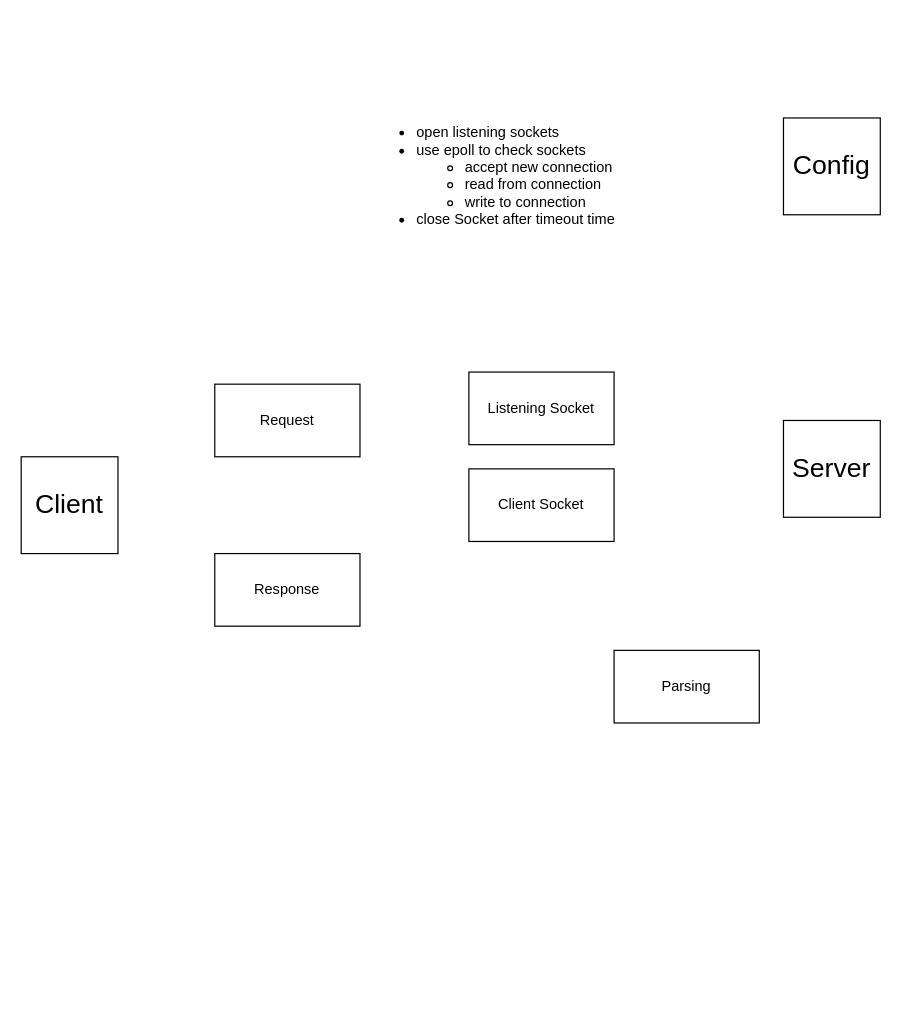
This is Webserv.drawio from smatthes42berlin/webserv, a draw.io file, before an edit. Source tidied: cells renumbered, new cells numbered last; positions are measured from the earlier drawing's top-left corner, leaving out a move shared by most shapes. Both pictures are drawn from the tidied source at 121%, with x=0, y=0 at pixel (21, 81).
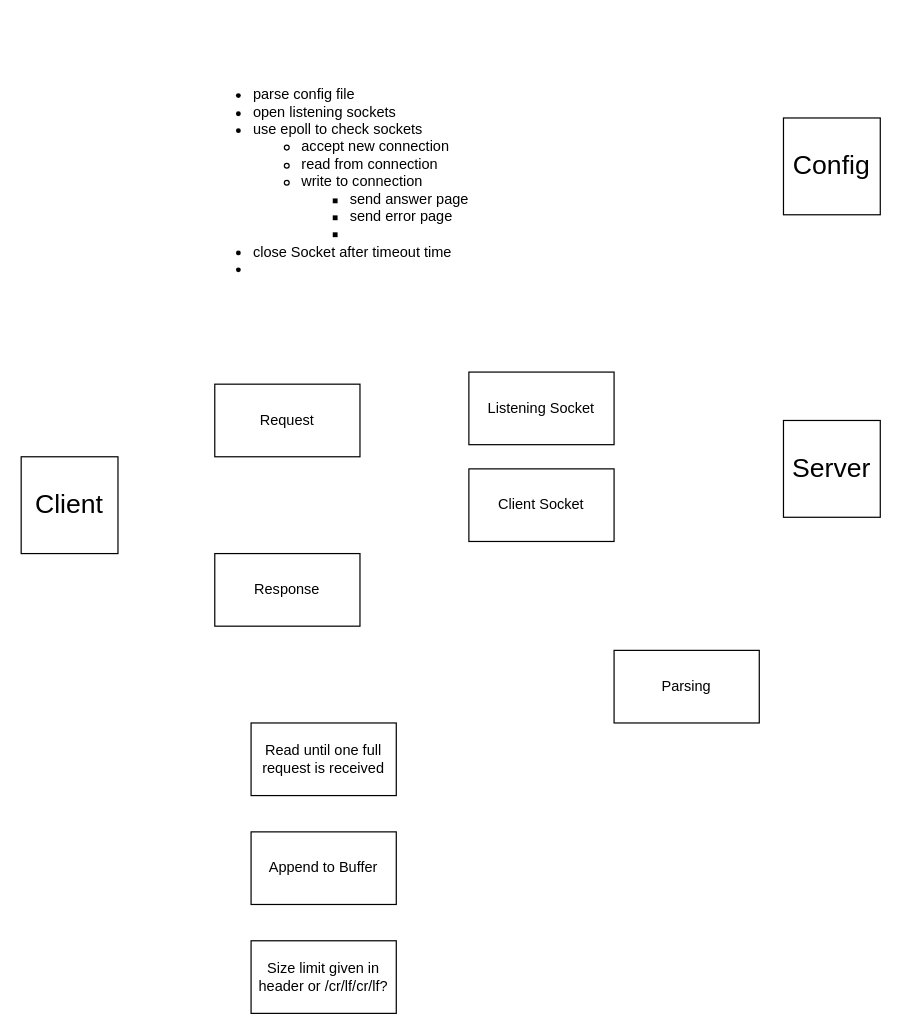
Above is the later version.

What changed in the source:
```diff
@@
 <mxGraphModel>
   <root>
     <mxCell id="0" />
     <mxCell id="1" parent="0" />
     <mxCell id="2" value="Client" style="whiteSpace=wrap;html=1;fontSize=22;" parent="1" vertex="1">
       <mxGeometry y="310" width="80" height="80" as="geometry" />
     </mxCell>
     <mxCell id="3" value="Server" style="whiteSpace=wrap;html=1;fontSize=22;" parent="1" vertex="1">
       <mxGeometry x="630" y="280" width="80" height="80" as="geometry" />
     </mxCell>
     <mxCell id="4" value="Config" style="whiteSpace=wrap;html=1;fontSize=22;" parent="1" vertex="1">
       <mxGeometry x="630" y="30" width="80" height="80" as="geometry" />
     </mxCell>
     <mxCell id="5" value="Request" style="rounded=0;whiteSpace=wrap;html=1;" parent="1" vertex="1">
       <mxGeometry x="160" y="250" width="120" height="60" as="geometry" />
     </mxCell>
     <mxCell id="6" value="Response" style="rounded=0;whiteSpace=wrap;html=1;" parent="1" vertex="1">
       <mxGeometry x="160" y="390" width="120" height="60" as="geometry" />
     </mxCell>
     <mxCell id="7" value="Parsing" style="rounded=0;whiteSpace=wrap;html=1;" parent="1" vertex="1">
       <mxGeometry x="490" y="470" width="120" height="60" as="geometry" />
     </mxCell>
     <mxCell id="8" value="Listening Socket" style="rounded=0;whiteSpace=wrap;html=1;" parent="1" vertex="1">
       <mxGeometry x="370" y="240" width="120" height="60" as="geometry" />
     </mxCell>
     <mxCell id="9" value="Client Socket" style="rounded=0;whiteSpace=wrap;html=1;" parent="1" vertex="1">
       <mxGeometry x="370" y="320" width="120" height="60" as="geometry" />
     </mxCell>
-    <mxCell id="10" value="&lt;ul&gt;&lt;li&gt;open listening sockets&lt;/li&gt;&lt;li&gt;use epoll to check sockets&lt;/li&gt;&lt;ul&gt;&lt;li&gt;accept new connection&lt;/li&gt;&lt;li&gt;read from connection&lt;/li&gt;&lt;li&gt;write to connection&lt;/li&gt;&lt;/ul&gt;&lt;li&gt;close Socket after timeout time&lt;/li&gt;&lt;/ul&gt;&lt;div&gt;&lt;br&gt;&lt;/div&gt;" style="text;html=1;align=left;verticalAlign=middle;whiteSpace=wrap;rounded=0;" parent="1" vertex="1">
-      <mxGeometry x="285" width="305" height="170" as="geometry" />
+    <mxCell id="10" value="&lt;ul&gt;&lt;li&gt;parse config file&lt;/li&gt;&lt;li&gt;open listening sockets&lt;/li&gt;&lt;li&gt;use epoll to check sockets&lt;/li&gt;&lt;ul&gt;&lt;li&gt;accept new connection&lt;/li&gt;&lt;li&gt;read from connection&lt;/li&gt;&lt;li&gt;write to connection&lt;/li&gt;&lt;ul&gt;&lt;li&gt;send answer page&lt;/li&gt;&lt;li&gt;send error page&lt;/li&gt;&lt;li&gt;&lt;br&gt;&lt;/li&gt;&lt;/ul&gt;&lt;/ul&gt;&lt;li&gt;close Socket after timeout time&lt;/li&gt;&lt;li&gt;&lt;br&gt;&lt;/li&gt;&lt;/ul&gt;&lt;div&gt;&lt;br&gt;&lt;/div&gt;" style="text;html=1;align=left;verticalAlign=middle;whiteSpace=wrap;rounded=0;" parent="1" vertex="1">
+      <mxGeometry x="150" y="-50" width="305" height="280" as="geometry" />
     </mxCell>
+    <mxCell id="11" value="Read until one full request is received" style="rounded=0;whiteSpace=wrap;html=1;" parent="1" vertex="1">
+      <mxGeometry x="190" y="530" width="120" height="60" as="geometry" />
+    </mxCell>
+    <mxCell id="12" value="Append to Buffer" style="rounded=0;whiteSpace=wrap;html=1;" parent="1" vertex="1">
+      <mxGeometry x="190" y="620" width="120" height="60" as="geometry" />
+    </mxCell>
+    <mxCell id="13" value="Size limit given in header or /cr/lf/cr/lf?" style="rounded=0;whiteSpace=wrap;html=1;" parent="1" vertex="1">
+      <mxGeometry x="190" y="710" width="120" height="60" as="geometry" />
+    </mxCell>
   </root>
 </mxGraphModel>
```
